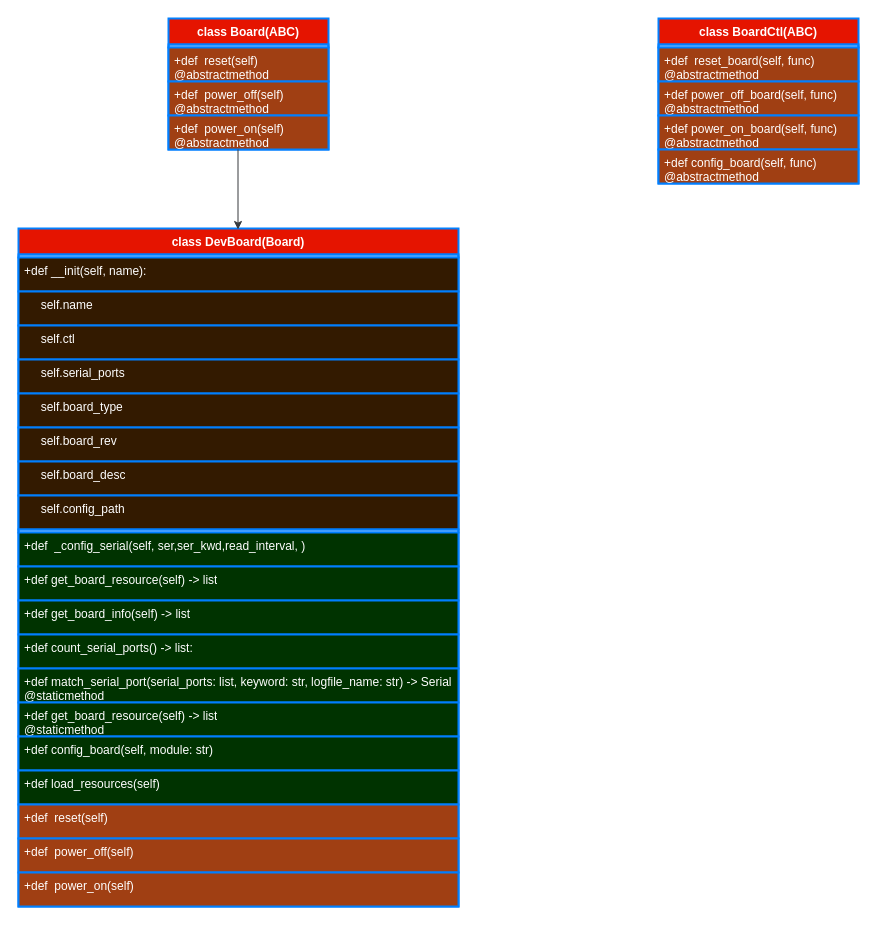
RuanZhen139/learngit keeps this draw.io diagram as board.drawio. Above is the earlier version. Source tidied: cells renumbered, new cells numbered last; positions are measured from the earlier drawing's top-left corner, leaving out a move shared by most shapes. Both pictures are drawn from the tidied source at 100%, with x=0, y=0 at pixel (18, 18).
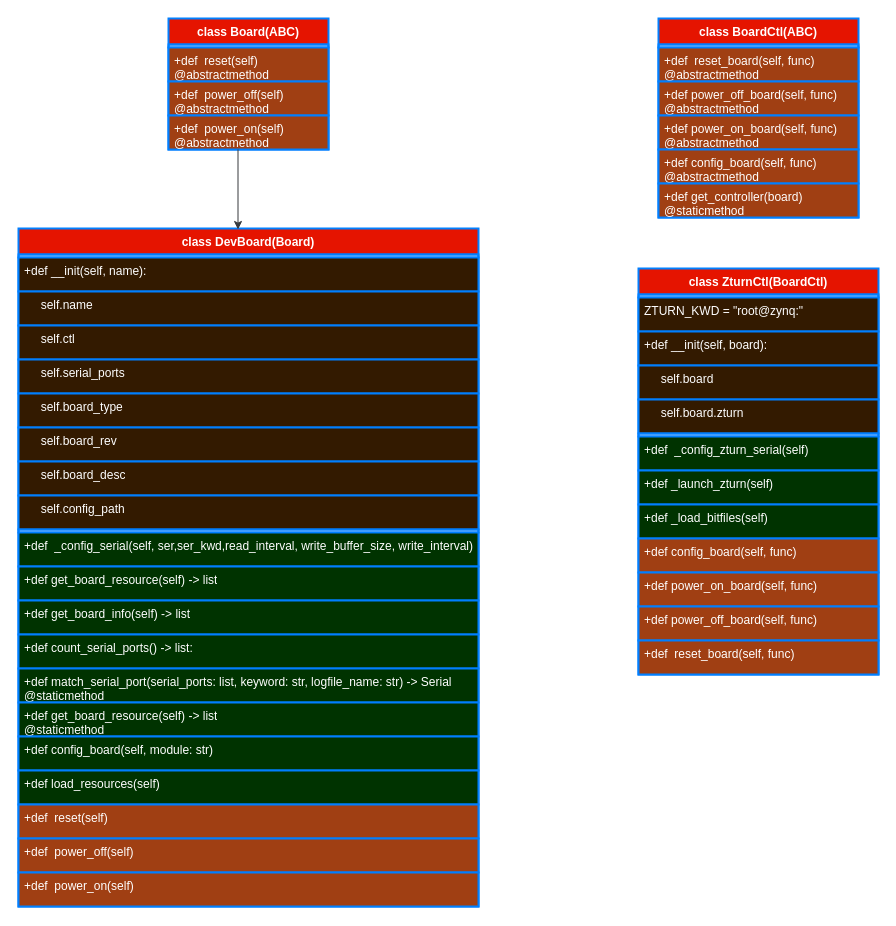
Above is the later version.

Diff of the diagram source:
```diff
@@
     <mxCell id="7" value="class DevBoard(Board&lt;span style=&quot;background-color: initial;&quot;&gt;)&lt;/span&gt;" style="swimlane;fontStyle=1;align=center;verticalAlign=top;horizontal=1;startSize=26;whiteSpace=wrap;html=1;fillColor=#e51400;fontColor=#ffffff;strokeColor=#007FFF;strokeWidth=2;" parent="1" vertex="1">
-      <mxGeometry y="210" width="440" height="678" as="geometry" />
+      <mxGeometry y="210" width="460" height="678" as="geometry" />
     </mxCell>
     <mxCell id="8" style="text;strokeColor=#007FFF;fillColor=none;align=left;verticalAlign=top;spacingLeft=4;spacingRight=4;overflow=hidden;whiteSpace=wrap;html=1;strokeWidth=2;" parent="7" vertex="1">
-      <mxGeometry y="26" width="440" height="3" as="geometry" />
+      <mxGeometry y="26" width="460" height="3" as="geometry" />
     </mxCell>
     <mxCell id="9" value="+def __init(self, name&lt;span style=&quot;background-color: initial;&quot;&gt;):&lt;/span&gt;" style="text;strokeColor=#007FFF;fillColor=#331A00;align=left;verticalAlign=top;spacingLeft=4;spacingRight=4;overflow=hidden;whiteSpace=wrap;html=1;fontColor=#ffffff;perimeterSpacing=0;strokeWidth=2;" parent="7" vertex="1">
-      <mxGeometry y="29" width="440" height="34" as="geometry" />
+      <mxGeometry y="29" width="460" height="34" as="geometry" />
     </mxCell>
     <mxCell id="10" value="&amp;nbsp; &amp;nbsp; &amp;nbsp;self.name" style="text;strokeColor=#007FFF;fillColor=#331A00;align=left;verticalAlign=top;spacingLeft=4;spacingRight=4;overflow=hidden;whiteSpace=wrap;html=1;fontColor=#ffffff;fillStyle=auto;gradientColor=none;strokeWidth=2;" parent="7" vertex="1">
-      <mxGeometry y="63" width="440" height="34" as="geometry" />
+      <mxGeometry y="63" width="460" height="34" as="geometry" />
     </mxCell>
     <mxCell id="11" value="&amp;nbsp; &amp;nbsp; &amp;nbsp;self.ctl" style="text;strokeColor=#007FFF;fillColor=#331A00;align=left;verticalAlign=top;spacingLeft=4;spacingRight=4;overflow=hidden;whiteSpace=wrap;html=1;fontColor=#ffffff;strokeWidth=2;" parent="7" vertex="1">
-      <mxGeometry y="97" width="440" height="34" as="geometry" />
+      <mxGeometry y="97" width="460" height="34" as="geometry" />
     </mxCell>
     <mxCell id="12" value="&amp;nbsp; &amp;nbsp; &amp;nbsp;self.serial_ports" style="text;strokeColor=#007FFF;fillColor=#331A00;align=left;verticalAlign=top;spacingLeft=4;spacingRight=4;overflow=hidden;whiteSpace=wrap;html=1;fontColor=#ffffff;strokeWidth=2;" parent="7" vertex="1">
-      <mxGeometry y="131" width="440" height="34" as="geometry" />
+      <mxGeometry y="131" width="460" height="34" as="geometry" />
     </mxCell>
     <mxCell id="13" value="&amp;nbsp; &amp;nbsp; &amp;nbsp;self.board_type" style="text;strokeColor=#007FFF;fillColor=#331A00;align=left;verticalAlign=top;spacingLeft=4;spacingRight=4;overflow=hidden;whiteSpace=wrap;html=1;fontColor=#ffffff;strokeWidth=2;" parent="7" vertex="1">
-      <mxGeometry y="165" width="440" height="34" as="geometry" />
+      <mxGeometry y="165" width="460" height="34" as="geometry" />
     </mxCell>
     <mxCell id="14" value="&amp;nbsp; &amp;nbsp; &amp;nbsp;self.board_rev" style="text;strokeColor=#007FFF;fillColor=#331A00;align=left;verticalAlign=top;spacingLeft=4;spacingRight=4;overflow=hidden;whiteSpace=wrap;html=1;fontColor=#ffffff;strokeWidth=2;" parent="7" vertex="1">
-      <mxGeometry y="199" width="440" height="34" as="geometry" />
+      <mxGeometry y="199" width="460" height="34" as="geometry" />
     </mxCell>
     <mxCell id="15" value="&amp;nbsp; &amp;nbsp; &amp;nbsp;self.board_desc" style="text;strokeColor=#007FFF;fillColor=#331A00;align=left;verticalAlign=top;spacingLeft=4;spacingRight=4;overflow=hidden;whiteSpace=wrap;html=1;fontColor=#ffffff;strokeWidth=2;" parent="7" vertex="1">
-      <mxGeometry y="233" width="440" height="34" as="geometry" />
+      <mxGeometry y="233" width="460" height="34" as="geometry" />
     </mxCell>
     <mxCell id="16" value="&amp;nbsp; &amp;nbsp; &amp;nbsp;self.config_path" style="text;strokeColor=#007FFF;fillColor=#331A00;align=left;verticalAlign=top;spacingLeft=4;spacingRight=4;overflow=hidden;whiteSpace=wrap;html=1;fontColor=#ffffff;strokeWidth=2;" parent="7" vertex="1">
-      <mxGeometry y="267" width="440" height="34" as="geometry" />
+      <mxGeometry y="267" width="460" height="34" as="geometry" />
     </mxCell>
     <mxCell id="17" style="text;strokeColor=#007FFF;fillColor=none;align=left;verticalAlign=top;spacingLeft=4;spacingRight=4;overflow=hidden;whiteSpace=wrap;html=1;strokeWidth=2;spacing=1;" parent="7" vertex="1">
-      <mxGeometry y="301" width="440" height="3" as="geometry" />
+      <mxGeometry y="301" width="460" height="3" as="geometry" />
     </mxCell>
-    <mxCell id="18" value="+def&amp;nbsp;&amp;nbsp;_config_serial&lt;span style=&quot;background-color: initial;&quot;&gt;(self, ser,ser_kwd,read_interval, )&lt;br&gt;&lt;/span&gt;" style="text;strokeColor=#007FFF;fillColor=#003300;align=left;verticalAlign=top;spacingLeft=4;spacingRight=4;overflow=hidden;whiteSpace=wrap;html=1;fontColor=#FFFFFF;strokeWidth=2;" parent="7" vertex="1">
-      <mxGeometry y="304" width="440" height="34" as="geometry" />
+    <mxCell id="18" value="+def&amp;nbsp;&amp;nbsp;_config_serial(self, ser,ser_kwd,read_interval, write_buffer_size,&amp;nbsp;&lt;span style=&quot;background-color: initial;&quot;&gt;write_interval)&lt;/span&gt;&lt;span style=&quot;background-color: initial;&quot;&gt;&lt;br&gt;&lt;/span&gt;" style="text;strokeColor=#007FFF;fillColor=#003300;align=left;verticalAlign=top;spacingLeft=4;spacingRight=4;overflow=hidden;whiteSpace=wrap;html=1;fontColor=#FFFFFF;strokeWidth=2;" parent="7" vertex="1">
+      <mxGeometry y="304" width="460" height="34" as="geometry" />
     </mxCell>
     <mxCell id="19" value="+def get_board_resource(self) -&amp;gt; list" style="text;strokeColor=#007FFF;fillColor=#003300;align=left;verticalAlign=top;spacingLeft=4;spacingRight=4;overflow=hidden;whiteSpace=wrap;html=1;fontColor=#FFFFFF;strokeWidth=2;" parent="7" vertex="1">
-      <mxGeometry y="338" width="440" height="34" as="geometry" />
+      <mxGeometry y="338" width="460" height="34" as="geometry" />
     </mxCell>
     <mxCell id="20" value="+def get_board_info(self) -&amp;gt; list" style="text;strokeColor=#007FFF;fillColor=#003300;align=left;verticalAlign=top;spacingLeft=4;spacingRight=4;overflow=hidden;whiteSpace=wrap;html=1;fontColor=#FFFFFF;labelBackgroundColor=none;labelBorderColor=none;strokeWidth=2;" parent="7" vertex="1">
-      <mxGeometry y="372" width="440" height="34" as="geometry" />
+      <mxGeometry y="372" width="460" height="34" as="geometry" />
     </mxCell>
     <mxCell id="21" value="+def count_serial_ports() -&amp;gt; list:" style="text;strokeColor=#007FFF;fillColor=#003300;align=left;verticalAlign=top;spacingLeft=4;spacingRight=4;overflow=hidden;whiteSpace=wrap;html=1;fontColor=#FFFFFF;strokeWidth=2;" parent="7" vertex="1">
-      <mxGeometry y="406" width="440" height="34" as="geometry" />
+      <mxGeometry y="406" width="460" height="34" as="geometry" />
     </mxCell>
     <mxCell id="22" value="&lt;div&gt;+def match_serial_port(serial_ports: list, keyword: str, logfile_name: str) -&amp;gt; Serial&lt;/div&gt;&lt;div&gt;@staticmethod&lt;br&gt;&lt;/div&gt;" style="text;strokeColor=#007FFF;fillColor=#003300;align=left;verticalAlign=top;spacingLeft=4;spacingRight=4;overflow=hidden;whiteSpace=wrap;html=1;fontColor=#FFFFFF;strokeWidth=2;" parent="7" vertex="1">
-      <mxGeometry y="440" width="440" height="34" as="geometry" />
+      <mxGeometry y="440" width="460" height="34" as="geometry" />
     </mxCell>
     <mxCell id="23" value="+def get_board_resource(self) -&amp;gt; list&lt;br&gt;@staticmethod" style="text;strokeColor=#007FFF;fillColor=#003300;align=left;verticalAlign=top;spacingLeft=4;spacingRight=4;overflow=hidden;whiteSpace=wrap;html=1;fontColor=#FFFFFF;strokeWidth=2;" parent="7" vertex="1">
-      <mxGeometry y="474" width="440" height="34" as="geometry" />
+      <mxGeometry y="474" width="460" height="34" as="geometry" />
     </mxCell>
     <mxCell id="24" value="+def config_board(self, module: str)" style="text;strokeColor=#007FFF;fillColor=#003300;align=left;verticalAlign=top;spacingLeft=4;spacingRight=4;overflow=hidden;whiteSpace=wrap;html=1;fontColor=#FFFFFF;strokeWidth=2;" parent="7" vertex="1">
-      <mxGeometry y="508" width="440" height="34" as="geometry" />
+      <mxGeometry y="508" width="460" height="34" as="geometry" />
     </mxCell>
     <mxCell id="25" value="+def load_resources(self)" style="text;strokeColor=#007FFF;fillColor=#003300;align=left;verticalAlign=top;spacingLeft=4;spacingRight=4;overflow=hidden;whiteSpace=wrap;html=1;fontColor=#FFFFFF;strokeWidth=2;" parent="7" vertex="1">
-      <mxGeometry y="542" width="440" height="34" as="geometry" />
+      <mxGeometry y="542" width="460" height="34" as="geometry" />
     </mxCell>
     <mxCell id="26" value="&lt;div&gt;+def&amp;nbsp; reset(self)&lt;br&gt;&lt;/div&gt;" style="text;strokeColor=#007FFF;fillColor=#A03F13;align=left;verticalAlign=top;spacingLeft=4;spacingRight=4;overflow=hidden;whiteSpace=wrap;html=1;fontColor=#FFFFFF;strokeWidth=2;" parent="7" vertex="1">
-      <mxGeometry y="576" width="440" height="34" as="geometry" />
+      <mxGeometry y="576" width="460" height="34" as="geometry" />
     </mxCell>
     <mxCell id="27" value="&lt;div&gt;+def&amp;nbsp;&amp;nbsp;power_off(self)&lt;br&gt;&lt;/div&gt;" style="text;strokeColor=#007FFF;fillColor=#A03F13;align=left;verticalAlign=top;spacingLeft=4;spacingRight=4;overflow=hidden;whiteSpace=wrap;html=1;fontColor=#FFFFFF;strokeWidth=2;" parent="7" vertex="1">
-      <mxGeometry y="610" width="440" height="34" as="geometry" />
+      <mxGeometry y="610" width="460" height="34" as="geometry" />
     </mxCell>
     <mxCell id="28" value="&lt;div&gt;+def&amp;nbsp;&amp;nbsp;power_on(self)&lt;br&gt;&lt;/div&gt;" style="text;strokeColor=#007FFF;fillColor=#A03F13;align=left;verticalAlign=top;spacingLeft=4;spacingRight=4;overflow=hidden;whiteSpace=wrap;html=1;fontColor=#FFFFFF;strokeWidth=2;" parent="7" vertex="1">
-      <mxGeometry y="644" width="440" height="34" as="geometry" />
+      <mxGeometry y="644" width="460" height="34" as="geometry" />
     </mxCell>
@@
     <mxCell id="30" value="class BoardCtl(ABC)" style="swimlane;fontStyle=1;align=center;verticalAlign=top;horizontal=1;startSize=26;whiteSpace=wrap;html=1;fillColor=#e51400;fontColor=#ffffff;strokeColor=#007FFF;strokeWidth=2;" parent="1" vertex="1">
-      <mxGeometry x="640" width="200" height="165" as="geometry" />
+      <mxGeometry x="640" width="200" height="199" as="geometry" />
     </mxCell>
@@
+    <mxCell id="36" value="&lt;div&gt;&lt;span style=&quot;background-color: initial;&quot;&gt;+def get_controller(board)&lt;/span&gt;&lt;/div&gt;&lt;div&gt;@staticmethod&lt;span style=&quot;background-color: initial;&quot;&gt;&lt;br&gt;&lt;/span&gt;&lt;/div&gt;&lt;div&gt;&lt;br&gt;&lt;/div&gt;" style="text;strokeColor=#007FFF;fillColor=#A03F13;align=left;verticalAlign=top;spacingLeft=4;spacingRight=4;overflow=hidden;whiteSpace=wrap;html=1;fontColor=#FFFFFF;strokeWidth=2;" parent="30" vertex="1">
+      <mxGeometry y="165" width="200" height="34" as="geometry" />
+    </mxCell>
+    <mxCell id="37" value="class ZturnCtl(BoardCtl)" style="swimlane;fontStyle=1;align=center;verticalAlign=top;horizontal=1;startSize=26;whiteSpace=wrap;html=1;fillColor=#e51400;fontColor=#ffffff;strokeColor=#007FFF;strokeWidth=2;" parent="1" vertex="1">
+      <mxGeometry x="620" y="250" width="240" height="406" as="geometry" />
+    </mxCell>
+    <mxCell id="38" style="text;strokeColor=#007FFF;fillColor=none;align=left;verticalAlign=top;spacingLeft=4;spacingRight=4;overflow=hidden;whiteSpace=wrap;html=1;strokeWidth=2;" parent="37" vertex="1">
+      <mxGeometry y="26" width="240" height="3" as="geometry" />
+    </mxCell>
+    <mxCell id="39" value="ZTURN_KWD = &quot;root@zynq:&quot;" style="text;strokeColor=#007FFF;fillColor=#331A00;align=left;verticalAlign=top;spacingLeft=4;spacingRight=4;overflow=hidden;whiteSpace=wrap;html=1;fontColor=#ffffff;strokeWidth=2;" parent="37" vertex="1">
+      <mxGeometry y="29" width="240" height="34" as="geometry" />
+    </mxCell>
+    <mxCell id="40" value="+def __init(self, board&lt;span style=&quot;background-color: initial;&quot;&gt;):&lt;/span&gt;" style="text;strokeColor=#007FFF;fillColor=#331A00;align=left;verticalAlign=top;spacingLeft=4;spacingRight=4;overflow=hidden;whiteSpace=wrap;html=1;fontColor=#ffffff;perimeterSpacing=0;strokeWidth=2;" parent="37" vertex="1">
+      <mxGeometry y="63" width="240" height="34" as="geometry" />
+    </mxCell>
+    <mxCell id="41" value="&amp;nbsp; &amp;nbsp; &amp;nbsp;self.board" style="text;strokeColor=#007FFF;fillColor=#331A00;align=left;verticalAlign=top;spacingLeft=4;spacingRight=4;overflow=hidden;whiteSpace=wrap;html=1;fontColor=#ffffff;fillStyle=auto;gradientColor=none;strokeWidth=2;" parent="37" vertex="1">
+      <mxGeometry y="97" width="240" height="34" as="geometry" />
+    </mxCell>
+    <mxCell id="42" value="&amp;nbsp; &amp;nbsp; &amp;nbsp;self.board.zturn" style="text;strokeColor=#007FFF;fillColor=#331A00;align=left;verticalAlign=top;spacingLeft=4;spacingRight=4;overflow=hidden;whiteSpace=wrap;html=1;fontColor=#ffffff;strokeWidth=2;" parent="37" vertex="1">
+      <mxGeometry y="131" width="240" height="34" as="geometry" />
+    </mxCell>
+    <mxCell id="43" style="text;strokeColor=#007FFF;fillColor=none;align=left;verticalAlign=top;spacingLeft=4;spacingRight=4;overflow=hidden;whiteSpace=wrap;html=1;strokeWidth=2;spacing=1;" parent="37" vertex="1">
+      <mxGeometry y="165" width="240" height="3" as="geometry" />
+    </mxCell>
+    <mxCell id="44" value="+def&amp;nbsp;&amp;nbsp;_config_zturn_serial&lt;span style=&quot;background-color: initial;&quot;&gt;(self)&lt;br&gt;&lt;/span&gt;" style="text;strokeColor=#007FFF;fillColor=#003300;align=left;verticalAlign=top;spacingLeft=4;spacingRight=4;overflow=hidden;whiteSpace=wrap;html=1;fontColor=#FFFFFF;strokeWidth=2;" parent="37" vertex="1">
+      <mxGeometry y="168" width="240" height="34" as="geometry" />
+    </mxCell>
+    <mxCell id="45" value="+def _launch_zturn(self)" style="text;strokeColor=#007FFF;fillColor=#003300;align=left;verticalAlign=top;spacingLeft=4;spacingRight=4;overflow=hidden;whiteSpace=wrap;html=1;fontColor=#FFFFFF;strokeWidth=2;" parent="37" vertex="1">
+      <mxGeometry y="202" width="240" height="34" as="geometry" />
+    </mxCell>
+    <mxCell id="46" value="+def _load_bitfiles(self)" style="text;strokeColor=#007FFF;fillColor=#003300;align=left;verticalAlign=top;spacingLeft=4;spacingRight=4;overflow=hidden;whiteSpace=wrap;html=1;fontColor=#FFFFFF;labelBackgroundColor=none;labelBorderColor=none;strokeWidth=2;" parent="37" vertex="1">
+      <mxGeometry y="236" width="240" height="34" as="geometry" />
+    </mxCell>
+    <mxCell id="47" value="+&lt;span style=&quot;background-color: initial;&quot;&gt;def config_board(self, func)&lt;/span&gt;" style="text;strokeColor=#007FFF;fillColor=#A03F13;align=left;verticalAlign=top;spacingLeft=4;spacingRight=4;overflow=hidden;whiteSpace=wrap;html=1;fontColor=#FFFFFF;strokeWidth=2;" parent="37" vertex="1">
+      <mxGeometry y="270" width="240" height="34" as="geometry" />
+    </mxCell>
+    <mxCell id="48" value="+&lt;span style=&quot;background-color: initial;&quot;&gt;def power_on_board(self, func)&lt;/span&gt;" style="text;strokeColor=#007FFF;fillColor=#A03F13;align=left;verticalAlign=top;spacingLeft=4;spacingRight=4;overflow=hidden;whiteSpace=wrap;html=1;fontColor=#FFFFFF;strokeWidth=2;" parent="37" vertex="1">
+      <mxGeometry y="304" width="240" height="34" as="geometry" />
+    </mxCell>
+    <mxCell id="49" value="+def power_off_board(self, func)" style="text;strokeColor=#007FFF;fillColor=#A03F13;align=left;verticalAlign=top;spacingLeft=4;spacingRight=4;overflow=hidden;whiteSpace=wrap;html=1;fontColor=#FFFFFF;strokeWidth=2;" parent="37" vertex="1">
+      <mxGeometry y="338" width="240" height="34" as="geometry" />
+    </mxCell>
+    <mxCell id="50" value="+def&amp;nbsp; reset_board(self, func)" style="text;strokeColor=#007FFF;fillColor=#A03F13;align=left;verticalAlign=top;spacingLeft=4;spacingRight=4;overflow=hidden;whiteSpace=wrap;html=1;fontColor=#FFFFFF;strokeWidth=2;" parent="37" vertex="1">
+      <mxGeometry y="372" width="240" height="34" as="geometry" />
+    </mxCell>
```
